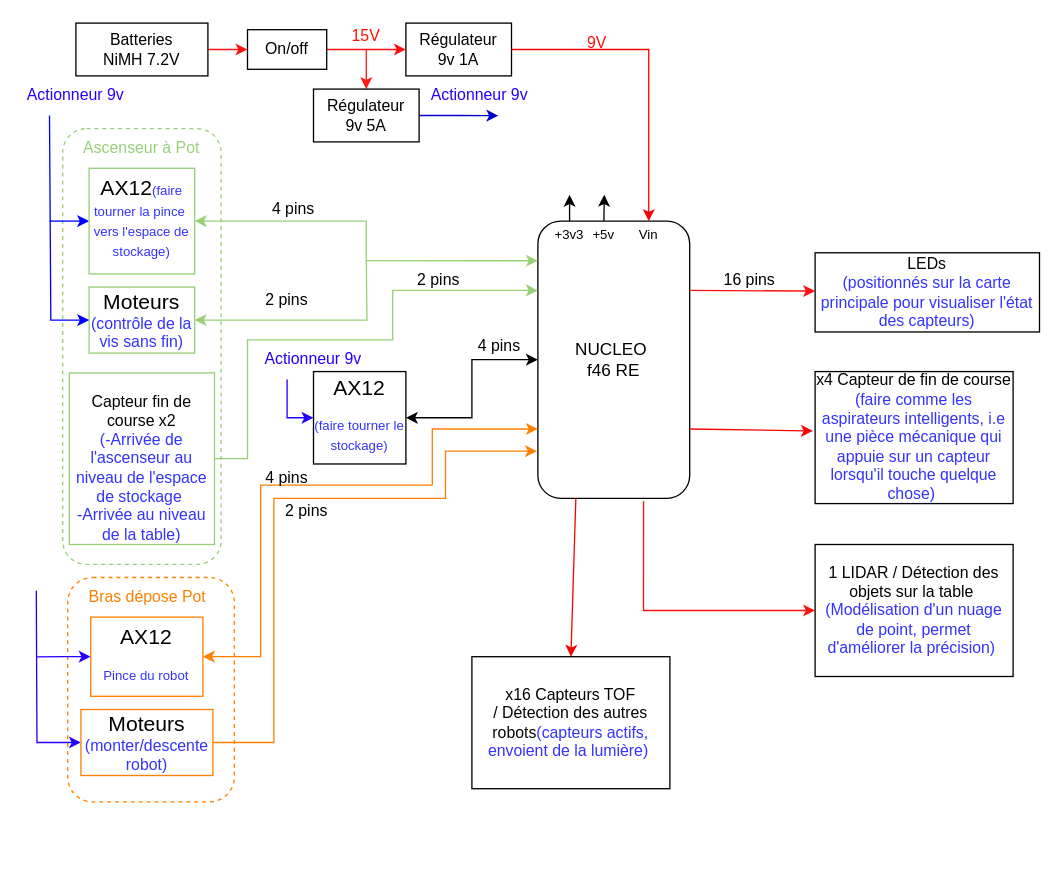
This is page "Actionneur" (2 of 4) of Journal/draw.io/Diagramme_Ares.drawio from AresEnsea/2324_Projet2A_AresCFR, a draw.io file, before an edit. Source tidied: cells renumbered, new cells numbered last; positions are measured from the earlier drawing's top-left corner, leaving out a move shared by most shapes. Both pictures are drawn from the tidied source at 132%, with x=0, y=0 at pixel (22, 22).
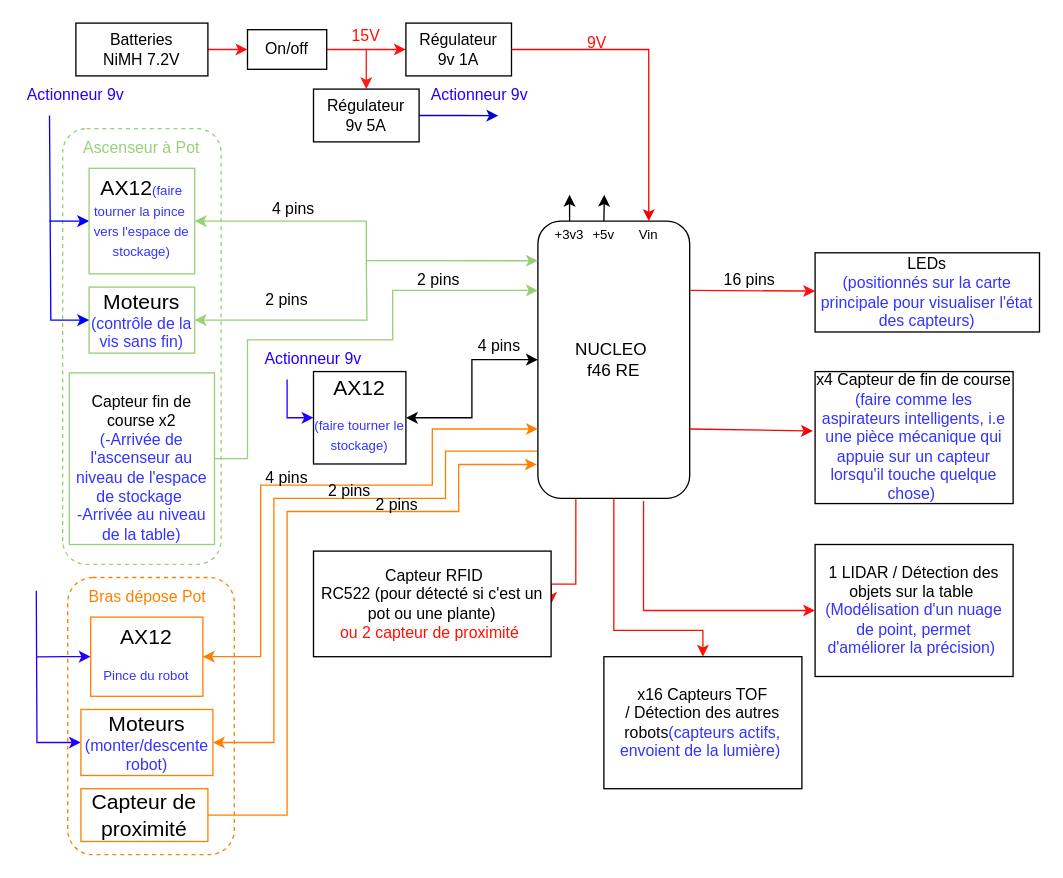
The same diagram, later.

The change refers to these unchanged cells:
```xml
<mxCell id="10" value="&lt;font style=&quot;font-size: 13px;&quot;&gt;NUCLEO&amp;nbsp;&lt;br&gt;f46 RE&lt;/font&gt;" style="rounded=1;whiteSpace=wrap;html=1;" parent="1" vertex="1">
  <mxGeometry x="390" y="150" width="115" height="210" as="geometry" />
</mxCell>
<mxCell id="53" value="&lt;font style=&quot;&quot;&gt;&lt;span style=&quot;font-size: 16px;&quot;&gt;Moteurs&lt;/span&gt;&lt;br&gt;&lt;font color=&quot;#3333ff&quot; style=&quot;font-size: 12px;&quot;&gt;(monter/descente robot)&lt;/font&gt;&lt;br&gt;&lt;/font&gt;" style="rounded=0;whiteSpace=wrap;html=1;strokeColor=#FF8000;" parent="1" vertex="1">
  <mxGeometry x="43.8" y="520" width="100" height="50" as="geometry" />
</mxCell>
```

What changed in the source:
```diff
@@
     <mxCell id="2" style="rounded=1;whiteSpace=wrap;html=1;fillColor=none;dashed=1;strokeColor=#FF8000;" parent="1" vertex="1">
-      <mxGeometry x="33.8" y="420" width="126.2" height="170" as="geometry" />
+      <mxGeometry x="33.8" y="420" width="126.2" height="210" as="geometry" />
     </mxCell>
@@
+    <mxCell id="32" style="edgeStyle=orthogonalEdgeStyle;rounded=0;jettySize=auto;html=1;exitX=0.5;exitY=1;exitDx=0;exitDy=0;entryX=0.5;entryY=0;entryDx=0;entryDy=0;strokeColor=#FF1100;" parent="1" edge="1" source="10" target="31">
+      <mxGeometry relative="1" as="geometry">
+        <Array as="points">
+          <mxPoint x="447" y="460" />
+          <mxPoint x="515" y="460" />
+        </Array>
+      </mxGeometry>
+    </mxCell>
+    <mxCell id="59" style="edgeStyle=orthogonalEdgeStyle;rounded=0;jettySize=auto;html=1;exitX=0.25;exitY=1;exitDx=0;exitDy=0;entryX=1;entryY=0.5;entryDx=0;entryDy=0;strokeColor=#FF1100;" parent="1" edge="1" source="10" target="60">
+      <mxGeometry relative="1" as="geometry">
+        <Array as="points">
+          <mxPoint x="419" y="425" />
+        </Array>
+      </mxGeometry>
+    </mxCell>
@@
     <mxCell id="31" value="&lt;div style=&quot;&quot;&gt;&lt;span style=&quot;background-color: initial;&quot;&gt;x16 Capteurs TOF&lt;/span&gt;&lt;/div&gt;&lt;div style=&quot;&quot;&gt;&lt;span style=&quot;background-color: initial;&quot;&gt;&lt;font color=&quot;#050505&quot;&gt;/ Détection des autres robots&lt;/font&gt;&lt;font color=&quot;#3333ff&quot;&gt;(capteurs actifs, envoient de la lumière)&lt;/font&gt;&lt;font color=&quot;#050505&quot;&gt;&amp;nbsp;&lt;/font&gt;&lt;/span&gt;&lt;/div&gt;" style="rounded=0;whiteSpace=wrap;html=1;align=center;" parent="1" vertex="1">
-      <mxGeometry x="340" y="480" width="150" height="100" as="geometry" />
+      <mxGeometry x="440" y="480" width="150" height="100" as="geometry" />
     </mxCell>
-    <mxCell id="32" style="endArrow=classic;html=1;rounded=0;entryX=0.5;entryY=0;entryDx=0;entryDy=0;exitX=0.25;exitY=1;exitDx=0;exitDy=0;strokeColor=#f70202;" parent="1" edge="1" source="10" target="31">
-      <mxGeometry relative="1" as="geometry" />
-    </mxCell>
@@
-    <mxCell id="55" style="edgeStyle=orthogonalEdgeStyle;rounded=0;jettySize=auto;html=1;exitX=1;exitY=0.5;exitDx=0;exitDy=0;entryX=-0.006;entryY=0.83;entryDx=0;entryDy=0;entryPerimeter=0;strokeColor=#FF8000;" parent="1" edge="1" source="53" target="10">
+    <mxCell id="55" style="edgeStyle=orthogonalEdgeStyle;rounded=0;jettySize=auto;html=1;exitX=1;exitY=0.5;exitDx=0;exitDy=0;entryX=-0.006;entryY=0.83;entryDx=0;entryDy=0;entryPerimeter=0;strokeColor=#FF8000;startArrow=classic;startFill=1;endArrow=none;endFill=0;" parent="1" edge="1" source="53" target="10">
       <mxGeometry relative="1" as="geometry">
         <Array as="points">
           <mxPoint x="190" y="545" />
           <mxPoint x="190" y="360" />
           <mxPoint x="320" y="360" />
           <mxPoint x="320" y="324" />
         </Array>
       </mxGeometry>
     </mxCell>
@@
     <mxCell id="58" value="2 pins" style="text;html=1;strokeColor=none;fillColor=none;align=center;verticalAlign=middle;whiteSpace=wrap;rounded=0;" parent="1" vertex="1">
-      <mxGeometry x="190" y="360" width="50" height="20" as="geometry" />
+      <mxGeometry x="225" y="350" width="45" height="10" as="geometry" />
     </mxCell>
+    <mxCell id="60" value="&amp;nbsp;Capteur RFID&lt;br&gt;RC522 (pour détecté si c'est un pot ou une plante)&lt;br&gt;&lt;font color=&quot;#ff1100&quot;&gt;ou 2 capteur de proximité&amp;nbsp;&lt;/font&gt;" style="rounded=0;whiteSpace=wrap;html=1;align=center;" parent="1" vertex="1">
+      <mxGeometry x="220" y="400" width="180" height="80" as="geometry" />
+    </mxCell>
+    <mxCell id="61" value="&lt;font style=&quot;&quot;&gt;&lt;span style=&quot;font-size: 16px;&quot;&gt;Capteur de proximité&lt;/span&gt;&lt;br&gt;&lt;/font&gt;" style="rounded=0;whiteSpace=wrap;html=1;strokeColor=#FF8000;" parent="1" vertex="1">
+      <mxGeometry x="43.8" y="580" width="96.2" height="40" as="geometry" />
+    </mxCell>
+    <mxCell id="62" style="edgeStyle=orthogonalEdgeStyle;rounded=0;jettySize=auto;html=1;entryX=-0.007;entryY=0.878;entryDx=0;entryDy=0;entryPerimeter=0;strokeColor=#FF8000;" parent="1" edge="1" source="61" target="10">
+      <mxGeometry relative="1" as="geometry">
+        <Array as="points">
+          <mxPoint x="200" y="600" />
+          <mxPoint x="200" y="370" />
+          <mxPoint x="330" y="370" />
+          <mxPoint x="330" y="334" />
+        </Array>
+      </mxGeometry>
+    </mxCell>
+    <mxCell id="63" value="2 pins" style="text;html=1;strokeColor=none;fillColor=none;align=center;verticalAlign=middle;whiteSpace=wrap;rounded=0;" parent="1" vertex="1">
+      <mxGeometry x="261" y="360" width="45" height="10" as="geometry" />
+    </mxCell>
```
